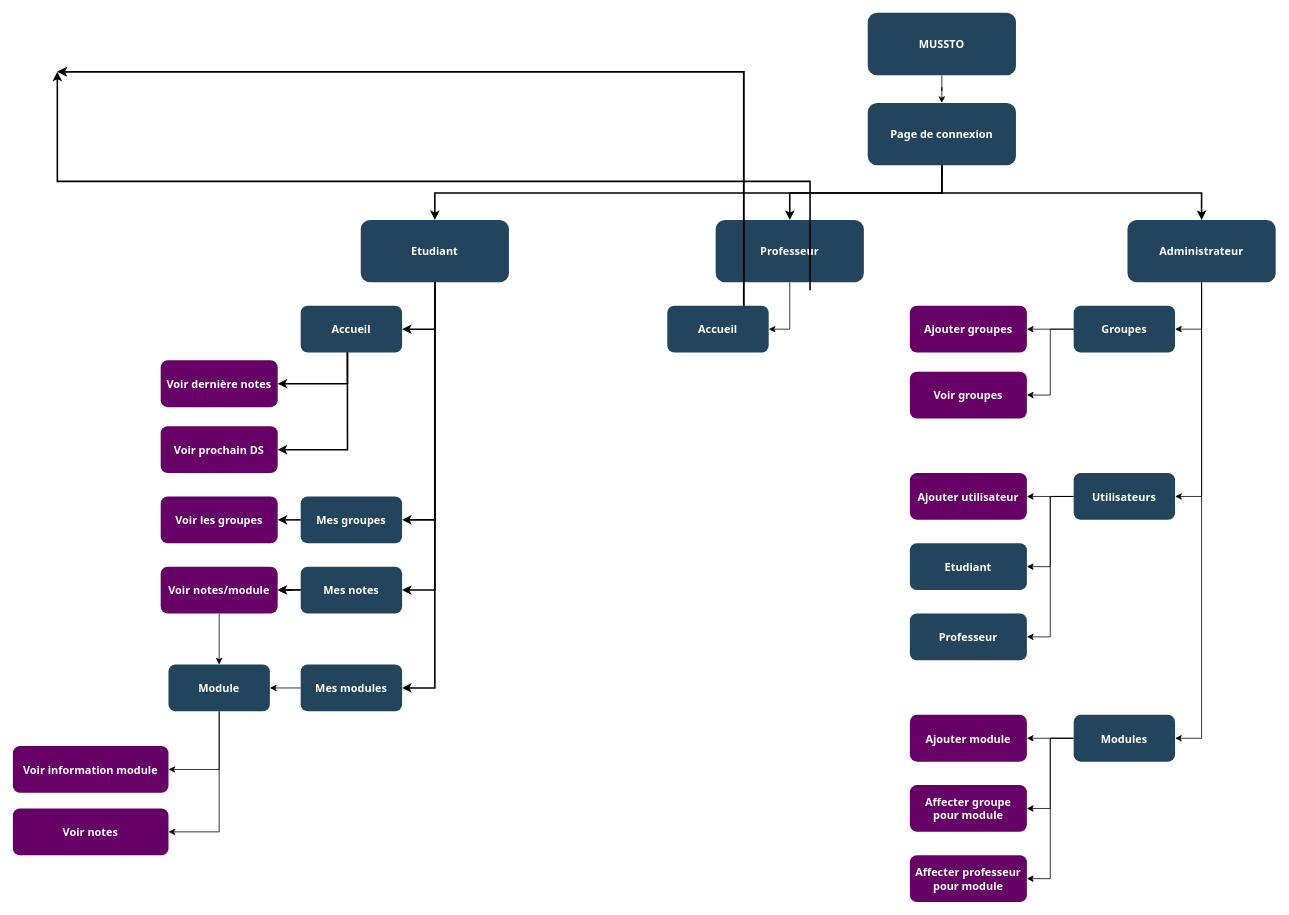
SkyalphaBe/Mussto keeps this draw.io diagram as gestion projet/Plan_du_site.drawio. Above is the earlier version. Source tidied: cells renumbered, new cells numbered last; positions are measured from the earlier drawing's top-left corner, leaving out a move shared by most shapes. Both pictures are drawn from the tidied source at 78%, with x=0, y=0 at pixel (12, 12).
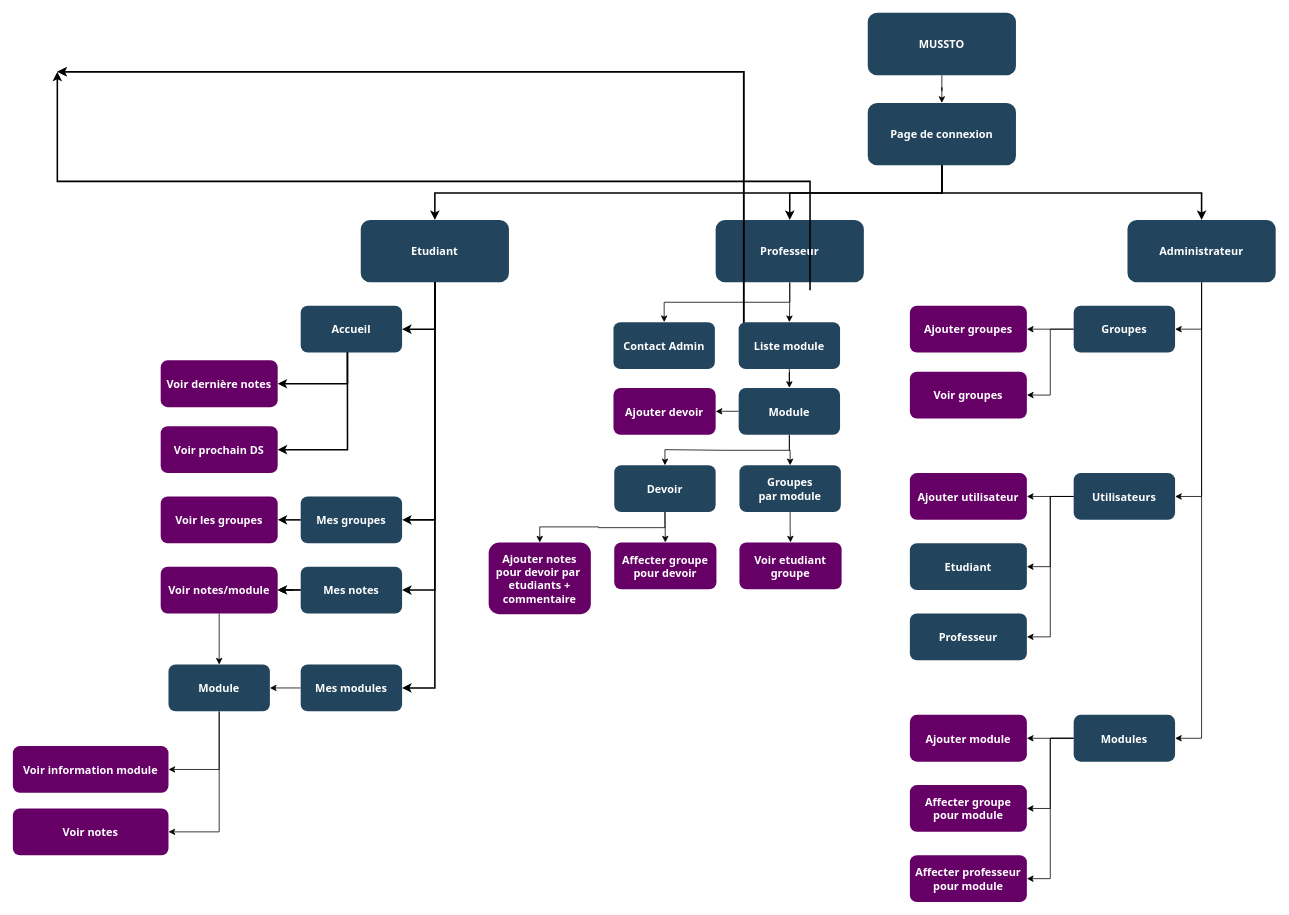
Above is the later version.

The change refers to these unchanged cells:
```xml
<mxCell id="9" value="Professeur" style="rounded=1;fillColor=#23445D;gradientColor=none;strokeColor=none;fontColor=#FFFFFF;fontStyle=1;fontFamily=Tahoma;fontSize=14;" parent="1" vertex="1">
  <mxGeometry x="901" y="265.5" width="190" height="80" as="geometry" />
</mxCell>
```

Change to the diagram source:
```diff
@@
-    <mxCell id="8" style="edgeStyle=orthogonalEdgeStyle;rounded=0;jettySize=auto;html=1;entryX=1;entryY=0.5;entryDx=0;entryDy=0;" parent="1" edge="1" source="9" target="42">
-      <mxGeometry relative="1" as="geometry" />
-    </mxCell>
+    <mxCell id="62" style="edgeStyle=orthogonalEdgeStyle;rounded=0;jettySize=auto;html=1;" parent="1" edge="1" source="9" target="71">
+      <mxGeometry relative="1" as="geometry" />
+    </mxCell>
+    <mxCell id="63" style="edgeStyle=orthogonalEdgeStyle;rounded=0;jettySize=auto;html=1;exitX=0.5;exitY=1;exitDx=0;exitDy=0;entryX=0.5;entryY=0;entryDx=0;entryDy=0;" parent="1" edge="1" source="9" target="78">
+      <mxGeometry relative="1" as="geometry" />
+    </mxCell>
@@
+    <mxCell id="64" style="edgeStyle=orthogonalEdgeStyle;rounded=0;jettySize=auto;html=1;" parent="1" edge="1" source="42" target="68">
+      <mxGeometry relative="1" as="geometry" />
+    </mxCell>
+    <mxCell id="65" style="edgeStyle=orthogonalEdgeStyle;rounded=0;jettySize=auto;html=1;" parent="1" edge="1" source="42" target="75">
+      <mxGeometry relative="1" as="geometry" />
+    </mxCell>
+    <mxCell id="66" style="edgeStyle=orthogonalEdgeStyle;rounded=0;jettySize=auto;html=1;exitX=0.5;exitY=1;exitDx=0;exitDy=0;entryX=0.5;entryY=0;entryDx=0;entryDy=0;" parent="1" edge="1" source="42" target="74">
+      <mxGeometry relative="1" as="geometry" />
+    </mxCell>
-    <mxCell id="42" value="Accueil" style="rounded=1;fillColor=#23445D;gradientColor=none;strokeColor=none;fontColor=#FFFFFF;fontStyle=1;fontFamily=Tahoma;fontSize=14;" parent="1" vertex="1">
-      <mxGeometry x="839" y="375.5" width="130" height="60" as="geometry" />
+    <mxCell id="42" value="Module" style="rounded=1;fillColor=#23445D;gradientColor=none;strokeColor=none;fontColor=#FFFFFF;fontStyle=1;fontFamily=Tahoma;fontSize=14;" parent="1" vertex="1">
+      <mxGeometry x="930.5" y="480.8" width="130" height="60" as="geometry" />
     </mxCell>
@@
+    <mxCell id="67" style="edgeStyle=orthogonalEdgeStyle;rounded=0;jettySize=auto;html=1;entryX=0.5;entryY=0;entryDx=0;entryDy=0;" parent="1" edge="1" source="68" target="69">
+      <mxGeometry relative="1" as="geometry" />
+    </mxCell>
+    <mxCell id="68" value="Groupes &#10;par module" style="rounded=1;fillColor=#23445D;gradientColor=none;strokeColor=none;fontColor=#FFFFFF;fontStyle=1;fontFamily=Tahoma;fontSize=14;" parent="1" vertex="1">
+      <mxGeometry x="931.5" y="580" width="130" height="60" as="geometry" />
+    </mxCell>
+    <mxCell id="69" value="Voir etudiant &#10;groupe" style="rounded=1;fillColor=#660066;gradientColor=none;strokeColor=none;fontColor=#FFFFFF;fontStyle=1;fontFamily=Tahoma;fontSize=14;" parent="1" vertex="1">
+      <mxGeometry x="931.5" y="679" width="131" height="60" as="geometry" />
+    </mxCell>
+    <mxCell id="70" style="edgeStyle=orthogonalEdgeStyle;rounded=0;jettySize=auto;html=1;entryX=0.5;entryY=0;entryDx=0;entryDy=0;" parent="1" edge="1" source="71" target="42">
+      <mxGeometry relative="1" as="geometry" />
+    </mxCell>
+    <mxCell id="71" value="Liste module" style="rounded=1;fillColor=#23445D;gradientColor=none;strokeColor=none;fontColor=#FFFFFF;fontStyle=1;fontFamily=Tahoma;fontSize=14;" parent="1" vertex="1">
+      <mxGeometry x="930.5" y="396.5" width="130" height="60" as="geometry" />
+    </mxCell>
+    <mxCell id="72" style="edgeStyle=orthogonalEdgeStyle;rounded=0;jettySize=auto;html=1;exitX=0.5;exitY=1;exitDx=0;exitDy=0;entryX=0.5;entryY=0;entryDx=0;entryDy=0;" parent="1" edge="1" source="74" target="76">
+      <mxGeometry relative="1" as="geometry" />
+    </mxCell>
+    <mxCell id="73" style="edgeStyle=orthogonalEdgeStyle;rounded=0;jettySize=auto;html=1;exitX=0.5;exitY=1;exitDx=0;exitDy=0;entryX=0.5;entryY=0;entryDx=0;entryDy=0;" parent="1" edge="1" source="74" target="77">
+      <mxGeometry relative="1" as="geometry" />
+    </mxCell>
+    <mxCell id="74" value="Devoir" style="rounded=1;fillColor=#23445D;gradientColor=none;strokeColor=none;fontColor=#FFFFFF;fontStyle=1;fontFamily=Tahoma;fontSize=14;" parent="1" vertex="1">
+      <mxGeometry x="771" y="580" width="130" height="60" as="geometry" />
+    </mxCell>
+    <mxCell id="75" value="Ajouter devoir" style="rounded=1;fillColor=#660066;gradientColor=none;strokeColor=none;fontColor=#FFFFFF;fontStyle=1;fontFamily=Tahoma;fontSize=14;" parent="1" vertex="1">
+      <mxGeometry x="770" y="481" width="131" height="60" as="geometry" />
+    </mxCell>
+    <mxCell id="76" value="Affecter groupe&#10;pour devoir" style="rounded=1;fillColor=#660066;gradientColor=none;strokeColor=none;fontColor=#FFFFFF;fontStyle=1;fontFamily=Tahoma;fontSize=14;" parent="1" vertex="1">
+      <mxGeometry x="771" y="679" width="131" height="60" as="geometry" />
+    </mxCell>
+    <mxCell id="77" value="Ajouter notes&#10;pour devoir par &#10;etudiants +&#10;commentaire" style="rounded=1;fillColor=#660066;gradientColor=none;strokeColor=none;fontColor=#FFFFFF;fontStyle=1;fontFamily=Tahoma;fontSize=14;" parent="1" vertex="1">
+      <mxGeometry x="610" y="679" width="131" height="92" as="geometry" />
+    </mxCell>
+    <mxCell id="78" value="Contact Admin" style="rounded=1;fillColor=#23445D;gradientColor=none;strokeColor=none;fontColor=#FFFFFF;fontStyle=1;fontFamily=Tahoma;fontSize=14;" parent="1" vertex="1">
+      <mxGeometry x="770" y="396.5" width="130" height="60" as="geometry" />
+    </mxCell>
```
